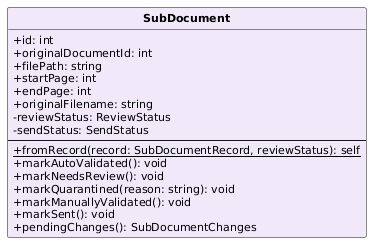
Earlier version of the PlantUML export PB/Specifica Tecnica/ImmaginiSpecificaTecnica/ClassiSingole/SubDocument.png (aLittleByte-19/Documentazione).
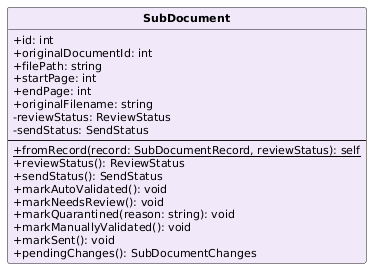
Later version of the same file.

What changed in the source:
```diff
@@ -16,6 +16,8 @@
   -sendStatus: SendStatus
   --
   {static} +fromRecord(record: SubDocumentRecord, reviewStatus): self
+  +reviewStatus(): ReviewStatus
+  +sendStatus(): SendStatus
   +markAutoValidated(): void
   +markNeedsReview(): void
   +markQuarantined(reason: string): void
```
